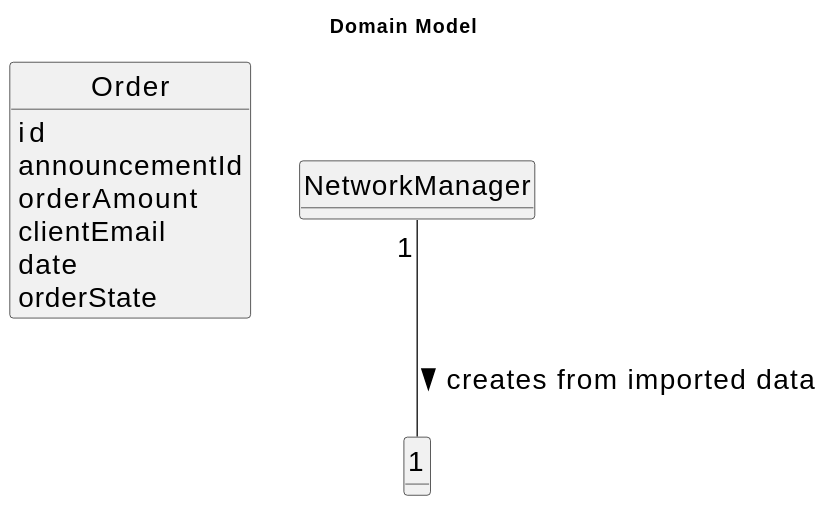
Above: docs/sprintD/us017/02.analysis/svg/us017-domain-model.svg in Goncalves2525/real-estate-management-system (PlantUML), before the change.
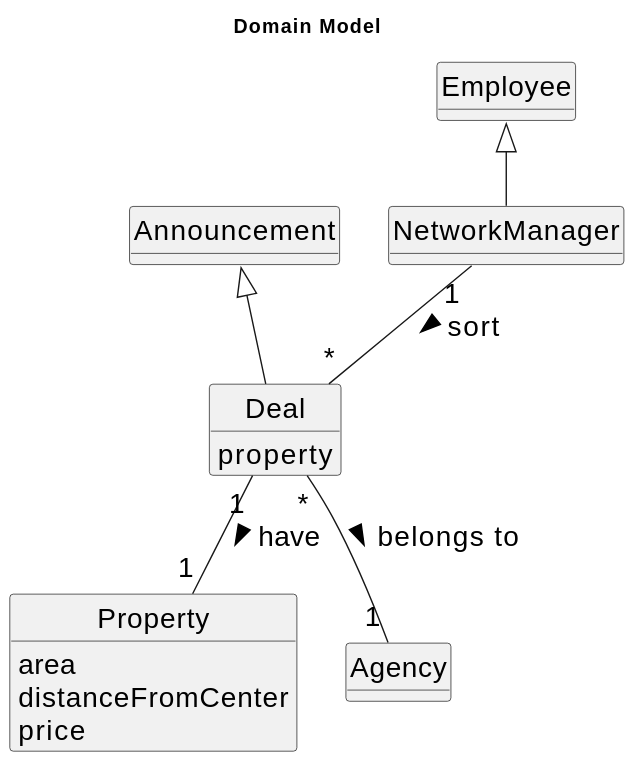
The same file after the commit.

What changed in the source:
```diff
@@ -12,13 +12,23 @@
 
 title Domain Model
 
-class Order{
-    id
-    announcementId
-    orderAmount
-    clientEmail
-    date
-    orderState
+class NetworkManager extends Employee{
+
 }
-NetworkManager "1" -- "1"  : creates from imported data >
+
+
+class Deal extends Announcement{
+    property
+}
+
+class Property{
+    area
+    distanceFromCenter
+    price
+
+}
+
+NetworkManager "1" -- "*" Deal : sort >
+Deal "*" -- "1" Agency : belongs to >
+Deal "1" -- "1" Property : have >
 @enduml
```
